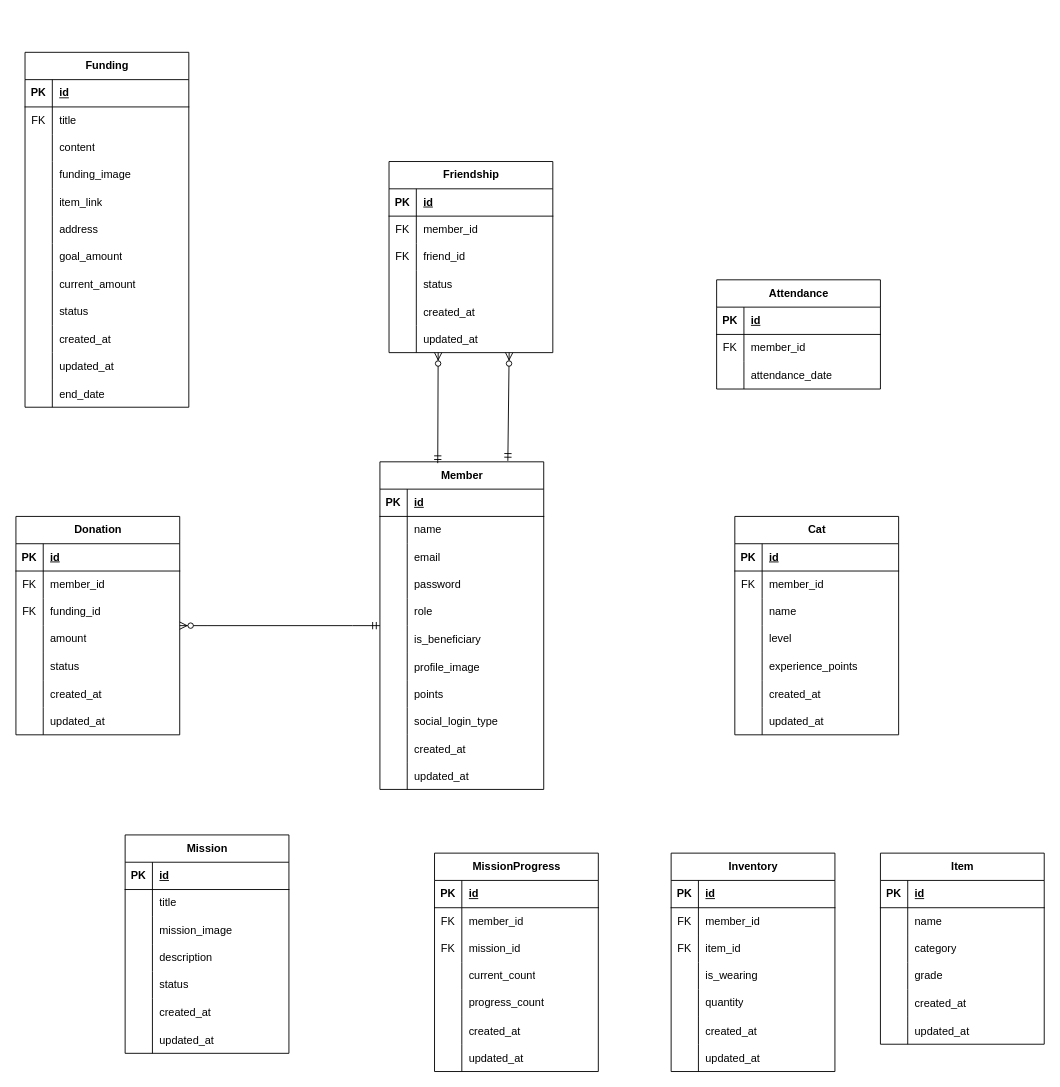
2025-Advanced-Capstone-Chaeum/ERD keeps this draw.io diagram as ChaeumERD.drawio. Above is the earlier version. Source tidied: cells renumbered, new cells numbered last; positions are measured from the earlier drawing's top-left corner, leaving out a move shared by most shapes. Both pictures are drawn from the tidied source at 91%, with x=0, y=0 at pixel (15, 52).
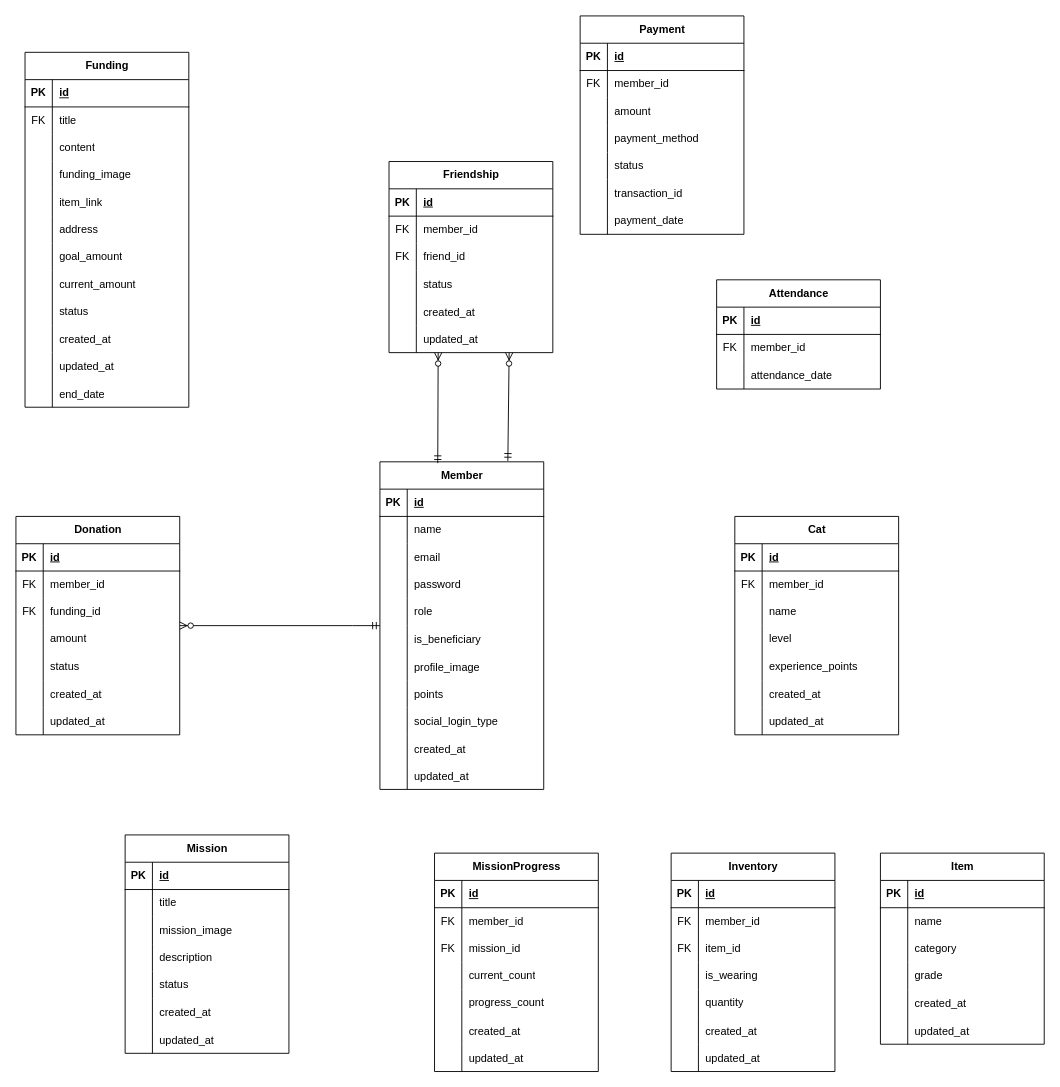
The same page after the edit.

Commit message:
docs(ERD): Payment 테이블 생성

The edit, as a diff of the source:
```diff
@@
+    <mxCell id="235" value="Payment" style="shape=table;startSize=30;childLayout=tableLayout;rowLines=0;fontStyle=1;align=center;html=1;" parent="1" vertex="1">
+      <mxGeometry x="620" y="-40" width="180" height="240" as="geometry" />
+    </mxCell>
+    <mxCell id="236" style="shape=tableRow;horizontal=0;startSize=0;swimlaneHead=0;swimlaneBody=0;fillColor=none;top=0;left=0;right=0;bottom=1;" parent="235" vertex="1">
+      <mxGeometry y="30" width="180" height="30" as="geometry" />
+    </mxCell>
+    <mxCell id="237" value="PK" style="shape=partialRectangle;fillColor=none;top=0;left=0;bottom=0;right=0;fontStyle=1;overflow=hidden;whiteSpace=wrap;html=1;" parent="236" vertex="1">
+      <mxGeometry width="30" height="30" as="geometry" />
+    </mxCell>
+    <mxCell id="238" value="id" style="shape=partialRectangle;fillColor=none;top=0;left=0;bottom=0;right=0;align=left;spacingLeft=6;fontStyle=5;overflow=hidden;whiteSpace=wrap;html=1;" parent="236" vertex="1">
+      <mxGeometry x="30" width="150" height="30" as="geometry" />
+    </mxCell>
+    <mxCell id="239" style="shape=tableRow;horizontal=0;startSize=0;swimlaneHead=0;swimlaneBody=0;fillColor=none;top=0;left=0;right=0;bottom=0;" parent="235" vertex="1">
+      <mxGeometry y="60" width="180" height="30" as="geometry" />
+    </mxCell>
+    <mxCell id="240" value="FK" style="shape=partialRectangle;fillColor=none;top=0;left=0;bottom=0;right=0;overflow=hidden;whiteSpace=wrap;html=1;" parent="239" vertex="1">
+      <mxGeometry width="30" height="30" as="geometry" />
+    </mxCell>
+    <mxCell id="241" value="member_id" style="shape=partialRectangle;fillColor=none;top=0;left=0;bottom=0;right=0;align=left;spacingLeft=6;overflow=hidden;whiteSpace=wrap;html=1;" parent="239" vertex="1">
+      <mxGeometry x="30" width="150" height="30" as="geometry" />
+    </mxCell>
+    <mxCell id="242" style="shape=tableRow;horizontal=0;startSize=0;swimlaneHead=0;swimlaneBody=0;fillColor=none;top=0;left=0;right=0;bottom=0;" parent="235" vertex="1">
+      <mxGeometry y="90" width="180" height="30" as="geometry" />
+    </mxCell>
+    <mxCell id="243" style="shape=partialRectangle;fillColor=none;top=0;left=0;bottom=0;right=0;overflow=hidden;whiteSpace=wrap;html=1;" parent="242" vertex="1">
+      <mxGeometry width="30" height="30" as="geometry" />
+    </mxCell>
+    <mxCell id="244" value="amount" style="shape=partialRectangle;fillColor=none;top=0;left=0;bottom=0;right=0;align=left;spacingLeft=6;overflow=hidden;whiteSpace=wrap;html=1;" parent="242" vertex="1">
+      <mxGeometry x="30" width="150" height="30" as="geometry" />
+    </mxCell>
+    <mxCell id="245" style="shape=tableRow;horizontal=0;startSize=0;swimlaneHead=0;swimlaneBody=0;fillColor=none;top=0;left=0;right=0;bottom=0;" parent="235" vertex="1">
+      <mxGeometry y="120" width="180" height="30" as="geometry" />
+    </mxCell>
+    <mxCell id="246" style="shape=partialRectangle;fillColor=none;top=0;left=0;bottom=0;right=0;overflow=hidden;whiteSpace=wrap;html=1;" parent="245" vertex="1">
+      <mxGeometry width="30" height="30" as="geometry" />
+    </mxCell>
+    <mxCell id="247" value="payment_method" style="shape=partialRectangle;fillColor=none;top=0;left=0;bottom=0;right=0;align=left;spacingLeft=6;overflow=hidden;whiteSpace=wrap;html=1;" parent="245" vertex="1">
+      <mxGeometry x="30" width="150" height="30" as="geometry" />
+    </mxCell>
+    <mxCell id="248" style="shape=tableRow;horizontal=0;startSize=0;swimlaneHead=0;swimlaneBody=0;fillColor=none;top=0;left=0;right=0;bottom=0;" parent="235" vertex="1">
+      <mxGeometry y="150" width="180" height="30" as="geometry" />
+    </mxCell>
+    <mxCell id="249" style="shape=partialRectangle;fillColor=none;top=0;left=0;bottom=0;right=0;overflow=hidden;whiteSpace=wrap;html=1;" parent="248" vertex="1">
+      <mxGeometry width="30" height="30" as="geometry" />
+    </mxCell>
+    <mxCell id="250" value="status" style="shape=partialRectangle;fillColor=none;top=0;left=0;bottom=0;right=0;align=left;spacingLeft=6;overflow=hidden;whiteSpace=wrap;html=1;" parent="248" vertex="1">
+      <mxGeometry x="30" width="150" height="30" as="geometry" />
+    </mxCell>
+    <mxCell id="251" style="shape=tableRow;horizontal=0;startSize=0;swimlaneHead=0;swimlaneBody=0;fillColor=none;top=0;left=0;right=0;bottom=0;" parent="235" vertex="1">
+      <mxGeometry y="180" width="180" height="30" as="geometry" />
+    </mxCell>
+    <mxCell id="252" style="shape=partialRectangle;fillColor=none;top=0;left=0;bottom=0;right=0;overflow=hidden;whiteSpace=wrap;html=1;" parent="251" vertex="1">
+      <mxGeometry width="30" height="30" as="geometry" />
+    </mxCell>
+    <mxCell id="253" value="transaction_id" style="shape=partialRectangle;fillColor=none;top=0;left=0;bottom=0;right=0;align=left;spacingLeft=6;overflow=hidden;whiteSpace=wrap;html=1;" parent="251" vertex="1">
+      <mxGeometry x="30" width="150" height="30" as="geometry" />
+    </mxCell>
+    <mxCell id="254" style="shape=tableRow;horizontal=0;startSize=0;swimlaneHead=0;swimlaneBody=0;fillColor=none;top=0;left=0;right=0;bottom=0;" parent="235" vertex="1">
+      <mxGeometry y="210" width="180" height="30" as="geometry" />
+    </mxCell>
+    <mxCell id="255" style="shape=partialRectangle;fillColor=none;top=0;left=0;bottom=0;right=0;overflow=hidden;whiteSpace=wrap;html=1;" parent="254" vertex="1">
+      <mxGeometry width="30" height="30" as="geometry" />
+    </mxCell>
+    <mxCell id="256" value="payment_date" style="shape=partialRectangle;fillColor=none;top=0;left=0;bottom=0;right=0;align=left;spacingLeft=6;overflow=hidden;whiteSpace=wrap;html=1;" parent="254" vertex="1">
+      <mxGeometry x="30" width="150" height="30" as="geometry" />
+    </mxCell>
```
